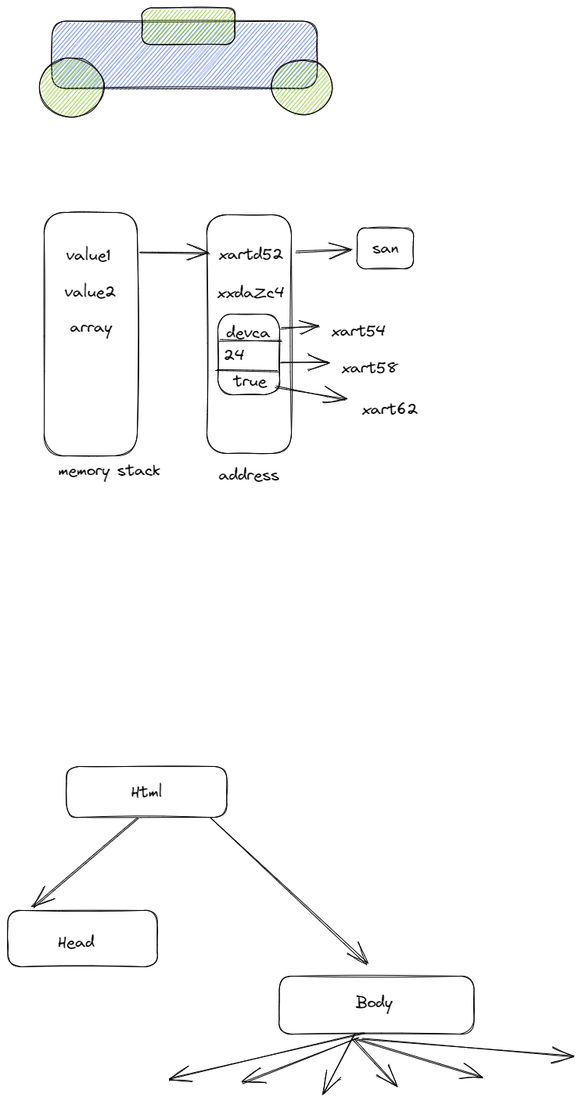
SanJay1577/B51FSD keeps this Excalidraw diagram as Array/array.excalidraw.png. Above is the earlier version. Source tidied: one line per element, renumbered; positions are measured from the earlier drawing's top-left corner, leaving out a move shared by most shapes. Source of this version:
```json
{"id": 0, "type": "rectangle", "strokeColor": "#000000", "strokeWidth": 1, "roughness": 1, "round": true, "x": 46, "y": 262, "width": 119, "height": 311}
{"id": 1, "type": "text", "text": "memory stack ", "strokeColor": "#000000", "strokeWidth": 1, "roughness": 1, "fontSize": 20, "fontFamily": 1, "x": 64, "y": 578, "width": 141, "height": 25}
{"id": 2, "type": "text", "text": "value1", "strokeColor": "#000000", "strokeWidth": 1, "roughness": 1, "fontSize": 20, "fontFamily": 1, "x": 74, "y": 304, "width": 57, "height": 25}
{"id": 3, "type": "rectangle", "strokeColor": "#000000", "strokeWidth": 1, "roughness": 1, "round": true, "x": 254, "y": 264, "width": 108, "height": 305}
{"id": 4, "type": "text", "text": "address", "strokeColor": "#000000", "strokeWidth": 1, "roughness": 1, "fontSize": 20, "fontFamily": 1, "x": 270, "y": 584, "width": 77, "height": 25}
{"id": 5, "type": "text", "text": "xartd52", "strokeColor": "#000000", "strokeWidth": 1, "roughness": 1, "fontSize": 20, "fontFamily": 1, "x": 270, "y": 302, "width": 82, "height": 25}
{"id": 6, "type": "text", "text": "value2 ", "strokeColor": "#000000", "strokeWidth": 1, "roughness": 1, "fontSize": 20, "fontFamily": 1, "x": 72, "y": 350, "width": 76, "height": 25}
{"id": 7, "type": "text", "text": "xxdaZc4", "strokeColor": "#000000", "strokeWidth": 1, "roughness": 1, "fontSize": 20, "fontFamily": 1, "x": 268, "y": 352, "width": 86, "height": 25}
{"id": 8, "type": "arrow", "strokeColor": "#000000", "strokeWidth": 1, "roughness": 1, "endArrowhead": "arrow", "round": true, "from": 0, "to": 5, "x": 168, "y": 313, "width": 90, "height": 1, "points": [[0, 0], [90, 1]]}
{"id": 9, "type": "arrow", "strokeColor": "#000000", "strokeWidth": 1, "roughness": 1, "endArrowhead": "arrow", "round": true, "from": 5, "to": 10, "x": 368, "y": 312, "width": 73, "height": 2, "points": [[0, 0], [73, -2]]}
{"id": 10, "type": "rectangle", "strokeColor": "#000000", "strokeWidth": 1, "roughness": 1, "round": true, "x": 446, "y": 282, "width": 72, "height": 52}
{"id": 11, "type": "text", "text": "san", "strokeColor": "#000000", "strokeWidth": 1, "roughness": 1, "fontSize": 20, "fontFamily": 1, "textAlign": "center", "verticalAlign": "middle", "inside": 10, "x": 466, "y": 295, "width": 34, "height": 25}
{"id": 12, "type": "text", "text": "array", "strokeColor": "#000000", "strokeWidth": 1, "roughness": 1, "fontSize": 20, "fontFamily": 1, "x": 80, "y": 396, "width": 53, "height": 25}
{"id": 13, "type": "rectangle", "strokeColor": "#000000", "strokeWidth": 1, "roughness": 1, "round": true, "x": 268, "y": 392, "width": 79, "height": 103}
{"id": 14, "type": "line", "strokeColor": "#000000", "strokeWidth": 1, "roughness": 1, "round": true, "x": 270, "y": 424, "width": 80, "height": 1, "points": [[0, 0], [80, 1]]}
{"id": 15, "type": "line", "strokeColor": "#000000", "strokeWidth": 1, "roughness": 1, "round": true, "x": 266, "y": 464, "width": 80, "height": 1, "points": [[0, 0], [80, 1]]}
{"id": 16, "type": "text", "text": "devca", "strokeColor": "#000000", "strokeWidth": 1, "roughness": 1, "fontSize": 20, "fontFamily": 1, "x": 280, "y": 402, "width": 56, "height": 25}
{"id": 17, "type": "text", "text": "24", "strokeColor": "#000000", "strokeWidth": 1, "roughness": 1, "fontSize": 20, "fontFamily": 1, "x": 276, "y": 432, "width": 27, "height": 25}
{"id": 18, "type": "text", "text": "true", "strokeColor": "#000000", "strokeWidth": 1, "roughness": 1, "fontSize": 20, "fontFamily": 1, "x": 288, "y": 464, "width": 42, "height": 25}
{"id": 19, "type": "arrow", "strokeColor": "#000000", "strokeWidth": 1, "roughness": 1, "endArrowhead": "arrow", "round": true, "from": 16, "x": 348, "y": 410, "width": 50, "height": 2, "points": [[0, 0], [50, -2]]}
{"id": 20, "type": "text", "text": "xart54", "strokeColor": "#000000", "strokeWidth": 1, "roughness": 1, "fontSize": 20, "fontFamily": 1, "x": 414, "y": 400, "width": 70, "height": 25}
{"id": 21, "type": "arrow", "strokeColor": "#000000", "strokeWidth": 1, "roughness": 1, "endArrowhead": "arrow", "round": true, "from": 13, "x": 348, "y": 454, "width": 61, "height": 1, "points": [[0, 0], [61, -1]]}
{"id": 22, "type": "text", "text": "xart58", "strokeColor": "#000000", "strokeWidth": 1, "roughness": 1, "fontSize": 20, "fontFamily": 1, "x": 426, "y": 448, "width": 72, "height": 25}
{"id": 23, "type": "arrow", "strokeColor": "#000000", "strokeWidth": 1, "roughness": 1, "endArrowhead": "arrow", "round": true, "from": 18, "x": 342, "y": 484, "width": 90, "height": 16, "points": [[0, 0], [90, 16]]}
{"id": 24, "type": "text", "text": "xart62", "strokeColor": "#000000", "strokeWidth": 1, "roughness": 1, "fontSize": 20, "fontFamily": 1, "x": 452, "y": 500, "width": 72, "height": 25}
{"id": 25, "type": "rectangle", "strokeColor": "#000000", "strokeWidth": 1, "roughness": 1, "round": true, "x": 75, "y": 970, "width": 205, "height": 65}
{"id": 26, "type": "text", "text": "Html", "strokeColor": "#000000", "strokeWidth": 1, "roughness": 1, "fontSize": 20, "fontFamily": 1, "textAlign": "center", "verticalAlign": "middle", "inside": 25, "x": 157, "y": 990, "width": 40, "height": 25}
{"id": 27, "type": "arrow", "strokeColor": "#000000", "strokeWidth": 1, "roughness": 1, "endArrowhead": "arrow", "round": true, "from": 25, "x": 167, "y": 1036, "width": 134, "height": 114, "points": [[0, 0], [-134, 114]]}
{"id": 28, "type": "rectangle", "strokeColor": "#000000", "strokeWidth": 1, "roughness": 1, "round": true, "x": 0, "y": 1154, "width": 191, "height": 72}
{"id": 29, "type": "text", "text": "Head", "strokeColor": "#000000", "strokeWidth": 1, "roughness": 1, "fontSize": 20, "fontFamily": 1, "x": 64, "y": 1182, "width": 47, "height": 25}
{"id": 30, "type": "arrow", "strokeColor": "#000000", "strokeWidth": 1, "roughness": 1, "endArrowhead": "arrow", "round": true, "from": 25, "x": 259, "y": 1036, "width": 201, "height": 187, "points": [[0, 0], [201, 187]]}
{"id": 31, "type": "rectangle", "strokeColor": "#000000", "strokeWidth": 1, "roughness": 1, "round": true, "x": 347, "y": 1238, "width": 249, "height": 74}
{"id": 32, "type": "text", "text": "Body", "strokeColor": "#000000", "strokeWidth": 1, "roughness": 1, "fontSize": 20, "fontFamily": 1, "x": 445, "y": 1258, "width": 46, "height": 25}
{"id": 33, "type": "arrow", "strokeColor": "#000000", "strokeWidth": 1, "roughness": 1, "endArrowhead": "arrow", "round": true, "x": 457, "y": 1310, "width": 249, "height": 57, "points": [[0, 0], [-249, 57]]}
{"id": 34, "type": "arrow", "strokeColor": "#000000", "strokeWidth": 1, "roughness": 1, "endArrowhead": "arrow", "round": true, "from": 31, "x": 448, "y": 1316, "width": 149, "height": 59, "points": [[0, 0], [-149, 59]]}
{"id": 35, "type": "arrow", "strokeColor": "#000000", "strokeWidth": 1, "roughness": 1, "endArrowhead": "arrow", "round": true, "from": 31, "x": 444, "y": 1312, "width": 41, "height": 75, "points": [[0, 0], [-41, 75]]}
{"id": 36, "type": "arrow", "strokeColor": "#000000", "strokeWidth": 1, "roughness": 1, "endArrowhead": "arrow", "round": true, "from": 31, "x": 441, "y": 1318, "width": 55, "height": 59, "points": [[0, 0], [55, 59]]}
{"id": 37, "type": "arrow", "strokeColor": "#000000", "strokeWidth": 1, "roughness": 1, "endArrowhead": "arrow", "round": true, "from": 31, "x": 445, "y": 1318, "width": 162, "height": 48, "points": [[0, 0], [162, 48]]}
{"id": 38, "type": "arrow", "strokeColor": "#000000", "strokeWidth": 1, "roughness": 1, "endArrowhead": "arrow", "round": true, "from": 31, "x": 452, "y": 1318, "width": 272, "height": 21, "points": [[0, 0], [272, 21]]}
{"id": 39, "type": "rectangle", "strokeColor": "#000000", "backgroundColor": "#4c6ef5", "fillStyle": "hachure", "strokeWidth": 1, "roughness": 1, "round": true, "x": 56, "y": 17, "width": 339, "height": 86}
{"id": 40, "type": "ellipse", "strokeColor": "#000000", "backgroundColor": "#82c91e", "fillStyle": "hachure", "strokeWidth": 1, "roughness": 1, "round": true, "x": 40, "y": 64, "width": 82, "height": 76}
{"id": 41, "type": "ellipse", "strokeColor": "#000000", "backgroundColor": "#82c91e", "fillStyle": "hachure", "strokeWidth": 1, "roughness": 1, "round": true, "x": 337, "y": 66, "width": 77, "height": 70}
{"id": 42, "type": "rectangle", "strokeColor": "#000000", "backgroundColor": "#82c91e", "fillStyle": "hachure", "strokeWidth": 1, "roughness": 1, "round": true, "x": 171, "y": 0, "width": 119, "height": 47}
```
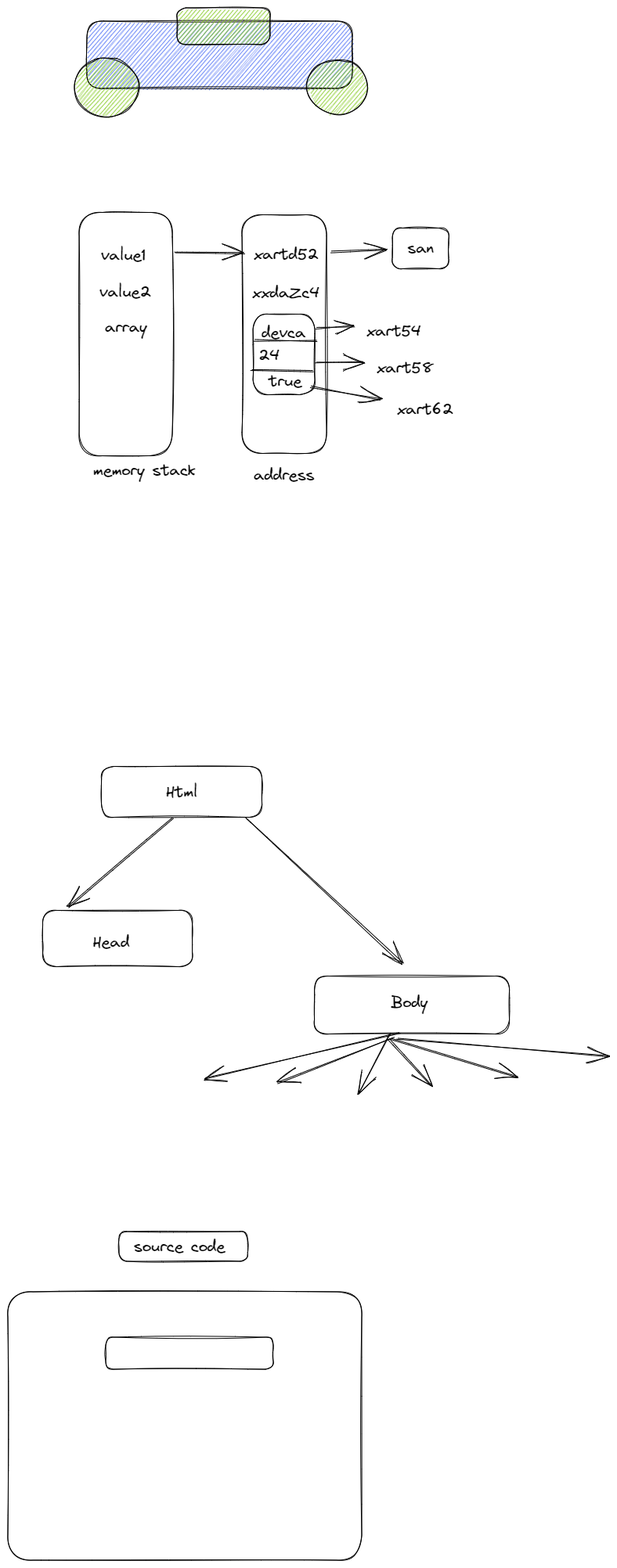
After the change.

Commit message:
Css properties Introduction

What changed in the source:
```diff
@@ -41,3 +41,7 @@
 {"id": 40, "type": "ellipse", "strokeColor": "#000000", "backgroundColor": "#82c91e", "fillStyle": "hachure", "strokeWidth": 1, "roughness": 1, "round": true, "x": 40, "y": 64, "width": 82, "height": 76}
 {"id": 41, "type": "ellipse", "strokeColor": "#000000", "backgroundColor": "#82c91e", "fillStyle": "hachure", "strokeWidth": 1, "roughness": 1, "round": true, "x": 337, "y": 66, "width": 77, "height": 70}
 {"id": 42, "type": "rectangle", "strokeColor": "#000000", "backgroundColor": "#82c91e", "fillStyle": "hachure", "strokeWidth": 1, "roughness": 1, "round": true, "x": 171, "y": 0, "width": 119, "height": 47}
+{"id": 43, "type": "rectangle", "strokeColor": "#000000", "strokeWidth": 1, "roughness": 1, "round": true, "x": 97, "y": 1564, "width": 164, "height": 38}
+{"id": 44, "type": "text", "text": "source code ", "strokeColor": "#000000", "strokeWidth": 1, "roughness": 1, "fontSize": 20, "fontFamily": 1, "textAlign": "center", "verticalAlign": "middle", "inside": 43, "x": 116, "y": 1570, "width": 126, "height": 25}
+{"id": 45, "type": "rectangle", "strokeColor": "#000000", "strokeWidth": 1, "roughness": 1, "round": true, "x": -45, "y": 1641, "width": 452, "height": 343}
+{"id": 46, "type": "rectangle", "strokeColor": "#000000", "strokeWidth": 1, "roughness": 1, "round": true, "x": 80, "y": 1699, "width": 214, "height": 41}
```
